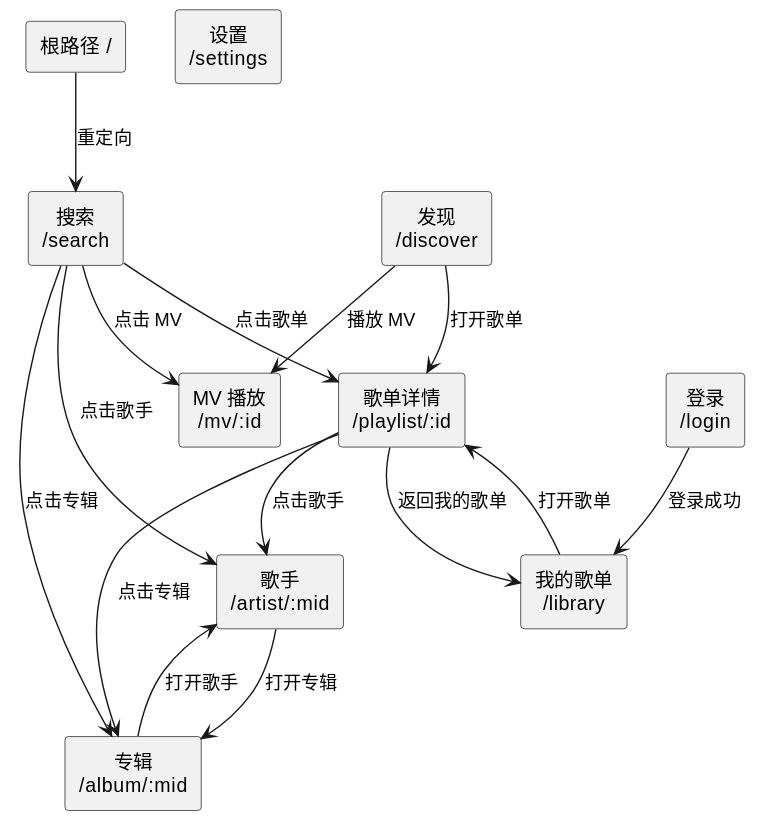
54m43lJ/LycheePlayer keeps this PlantUML diagram as diagram/page-url-architecture.svg. Above is the earlier version.
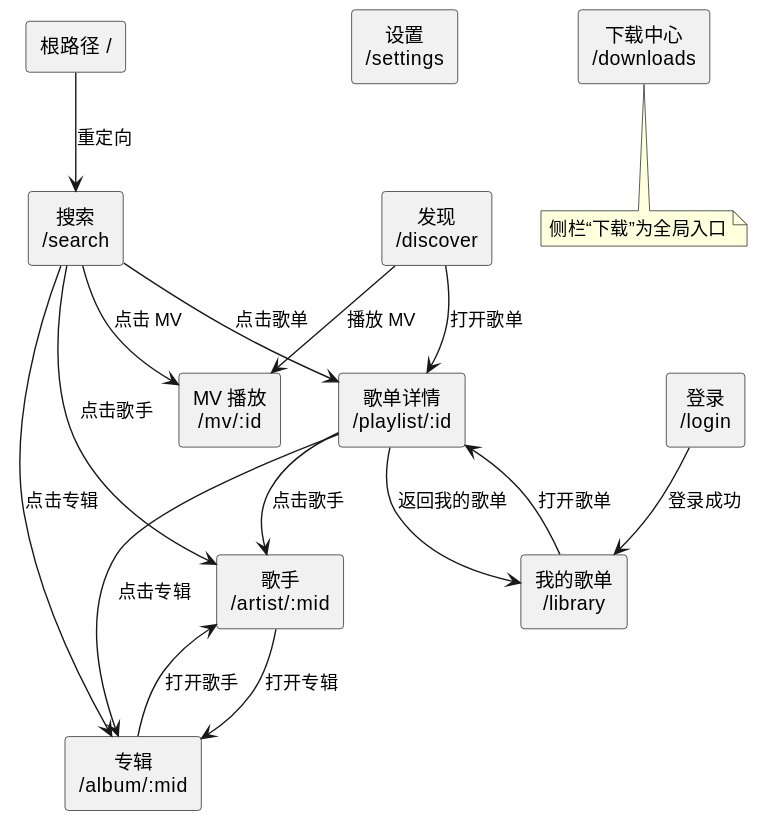
The same diagram one commit later.

Diff of the diagram source:
```diff
@@ -13,6 +13,7 @@
 [专辑\n/album/:mid] as ALBUM
 [登录\n/login] as LOGIN
 [设置\n/settings] as SETTINGS
+[下载中心\n/downloads] as DOWNLOADS
 
 ROOT --> SEARCH : 重定向
 SEARCH --> PLAYLIST : 点击歌单
@@ -28,4 +29,8 @@
 LOGIN --> LIBRARY : 登录成功
 ARTIST --> ALBUM : 打开专辑
 ALBUM --> ARTIST : 打开歌手
+
+note bottom of DOWNLOADS
+  侧栏“下载”为全局入口
+end note
 @enduml
```
